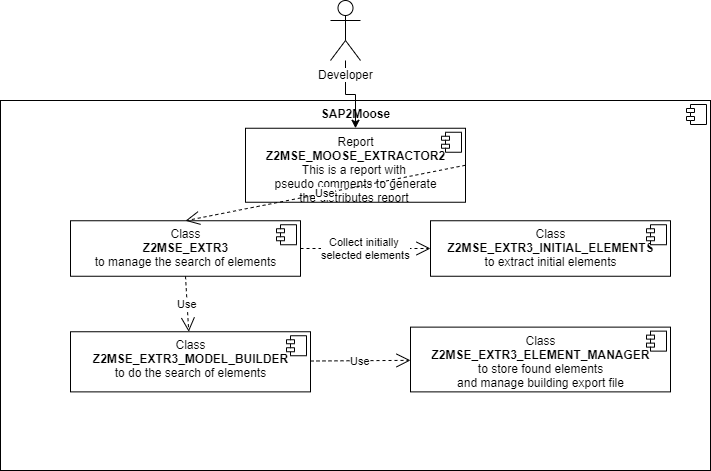
The draw.io diagram Documentation/images/SAP2Moose Block Level 1.png in SAP2Moose/SAP2Moose, before a commit. Source tidied: cells renumbered, new cells last; positions are measured from the earlier drawing's top-left corner, leaving out a move shared by most shapes. Its diagram source:
```xml
<mxGraphModel>
  <root>
    <mxCell id="0" />
    <mxCell id="1" parent="0" />
    <mxCell id="2" value="&lt;p style=&quot;margin: 0px ; margin-top: 6px ; text-align: center&quot;&gt;&lt;b&gt;SAP2Moose&lt;/b&gt;&lt;/p&gt;" style="align=left;overflow=fill;html=1;" parent="1" vertex="1">
      <mxGeometry y="100" width="710" height="370" as="geometry" />
    </mxCell>
    <mxCell id="3" style="shape=component;jettyWidth=8;jettyHeight=4;" parent="2" vertex="1">
      <mxGeometry x="1" width="20" height="20" relative="1" as="geometry">
        <mxPoint x="-24" y="4" as="offset" />
      </mxGeometry>
    </mxCell>
    <mxCell id="4" value="&lt;p style=&quot;margin: 0px ; margin-top: 6px ; text-align: center&quot;&gt;Report&lt;br&gt;&lt;b&gt;Z2MSE_MOOSE_EXTRACTOR2&lt;br&gt;&lt;/b&gt;This is a report with &lt;br&gt;pseudo comments to generate&lt;br&gt;the distributes report&amp;nbsp;&lt;/p&gt;" style="align=left;overflow=fill;html=1;" parent="2" vertex="1">
      <mxGeometry x="245" y="27.8" width="220" height="74" as="geometry" />
    </mxCell>
    <mxCell id="5" style="shape=component;jettyWidth=8;jettyHeight=4;" parent="4" vertex="1">
      <mxGeometry x="1" width="20" height="20" relative="1" as="geometry">
        <mxPoint x="-24" y="4" as="offset" />
      </mxGeometry>
    </mxCell>
    <mxCell id="6" value="&lt;p style=&quot;margin: 0px ; margin-top: 6px ; text-align: center&quot;&gt;Class&lt;br&gt;&lt;b&gt;Z2MSE_EXTR3_INITIAL_ELEMENTS&lt;br&gt;&lt;/b&gt;to extract initial elements&lt;/p&gt;" style="align=left;overflow=fill;html=1;" parent="2" vertex="1">
      <mxGeometry x="430" y="120.2" width="240" height="55.5" as="geometry" />
    </mxCell>
    <mxCell id="7" style="shape=component;jettyWidth=8;jettyHeight=4;" parent="6" vertex="1">
      <mxGeometry x="1" width="20" height="20" relative="1" as="geometry">
        <mxPoint x="-24" y="4" as="offset" />
      </mxGeometry>
    </mxCell>
    <mxCell id="8" value="Collect initially &lt;br&gt;selected elements" style="endArrow=open;endSize=12;dashed=1;html=1;" parent="2" edge="1" source="13">
      <mxGeometry relative="1" as="geometry">
        <mxPoint x="430" y="148" as="targetPoint" />
      </mxGeometry>
    </mxCell>
    <mxCell id="9" value="&lt;p style=&quot;margin: 0px ; margin-top: 6px ; text-align: center&quot;&gt;Class&lt;br&gt;&lt;b&gt;Z2MSE_EXTR3_MODEL_BUILDER&lt;br&gt;&lt;/b&gt;to do the search of elements&lt;/p&gt;" style="align=left;overflow=fill;html=1;" parent="2" vertex="1">
      <mxGeometry x="70" y="231.2" width="240" height="60.1" as="geometry" />
    </mxCell>
    <mxCell id="10" style="shape=component;jettyWidth=8;jettyHeight=4;" parent="9" vertex="1">
      <mxGeometry x="1" width="20" height="20" relative="1" as="geometry">
        <mxPoint x="-24" y="4" as="offset" />
      </mxGeometry>
    </mxCell>
    <mxCell id="11" value="&lt;p style=&quot;margin: 0px ; margin-top: 6px ; text-align: center&quot;&gt;Class&lt;br&gt;&lt;b&gt;Z2MSE_EXTR3_ELEMENT_MANAGER&lt;/b&gt;&lt;br&gt;to store found elements&lt;br&gt;and manage building export file&lt;/p&gt;" style="align=left;overflow=fill;html=1;" parent="2" vertex="1">
      <mxGeometry x="410" y="226.6" width="260" height="64.8" as="geometry" />
    </mxCell>
    <mxCell id="12" style="shape=component;jettyWidth=8;jettyHeight=4;" parent="11" vertex="1">
      <mxGeometry x="1" width="20" height="20" relative="1" as="geometry">
        <mxPoint x="-24" y="4" as="offset" />
      </mxGeometry>
    </mxCell>
    <mxCell id="13" value="&lt;p style=&quot;margin: 0px ; margin-top: 6px ; text-align: center&quot;&gt;Class&lt;br&gt;&lt;b&gt;Z2MSE_EXTR3&lt;br&gt;&lt;/b&gt;to manage the search of elements&lt;/p&gt;" style="align=left;overflow=fill;html=1;" parent="2" vertex="1">
      <mxGeometry x="70" y="120.2" width="230" height="55.5" as="geometry" />
    </mxCell>
    <mxCell id="14" style="shape=component;jettyWidth=8;jettyHeight=4;" parent="13" vertex="1">
      <mxGeometry x="1" width="20" height="20" relative="1" as="geometry">
        <mxPoint x="-24" y="4" as="offset" />
      </mxGeometry>
    </mxCell>
    <mxCell id="15" value="Use" style="endArrow=open;endSize=12;dashed=1;html=1;exitX=1;exitY=0.5;exitDx=0;exitDy=0;entryX=0.5;entryY=0;entryDx=0;entryDy=0;" parent="2" edge="1" source="4" target="13">
      <mxGeometry relative="1" as="geometry" />
    </mxCell>
    <mxCell id="16" value="Use" style="endArrow=open;endSize=12;dashed=1;html=1;" parent="2" edge="1" source="9" target="11">
      <mxGeometry relative="1" as="geometry" />
    </mxCell>
    <mxCell id="17" value="Use" style="endArrow=open;endSize=12;dashed=1;html=1;exitX=0.5;exitY=1;exitDx=0;exitDy=0;" parent="2" edge="1" source="13" target="9">
      <mxGeometry relative="1" as="geometry" />
    </mxCell>
    <mxCell id="18" style="edgeStyle=orthogonalEdgeStyle;rounded=0;jettySize=auto;html=1;" parent="1" edge="1" source="19" target="4">
      <mxGeometry relative="1" as="geometry" />
    </mxCell>
    <mxCell id="19" value="Developer" style="shape=umlActor;verticalLabelPosition=bottom;labelBackgroundColor=#ffffff;verticalAlign=top;html=1;" parent="1" vertex="1">
      <mxGeometry x="330" width="30" height="60" as="geometry" />
    </mxCell>
  </root>
</mxGraphModel>
```
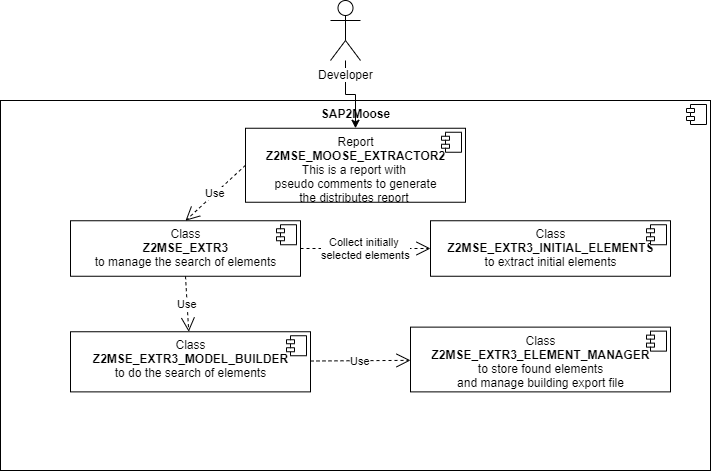
Later version of the same file.

Diff of the diagram source:
```diff
@@ -55,7 +55,7 @@
         <mxPoint x="-24" y="4" as="offset" />
       </mxGeometry>
     </mxCell>
-    <mxCell id="15" value="Use" style="endArrow=open;endSize=12;dashed=1;html=1;exitX=1;exitY=0.5;exitDx=0;exitDy=0;entryX=0.5;entryY=0;entryDx=0;entryDy=0;" parent="2" edge="1" source="4" target="13">
+    <mxCell id="15" value="Use" style="endArrow=open;endSize=12;dashed=1;html=1;exitX=0;exitY=0.5;exitDx=0;exitDy=0;entryX=0.5;entryY=0;entryDx=0;entryDy=0;" parent="2" edge="1" source="4" target="13">
       <mxGeometry relative="1" as="geometry" />
     </mxCell>
     <mxCell id="16" value="Use" style="endArrow=open;endSize=12;dashed=1;html=1;" parent="2" edge="1" source="9" target="11">
```
